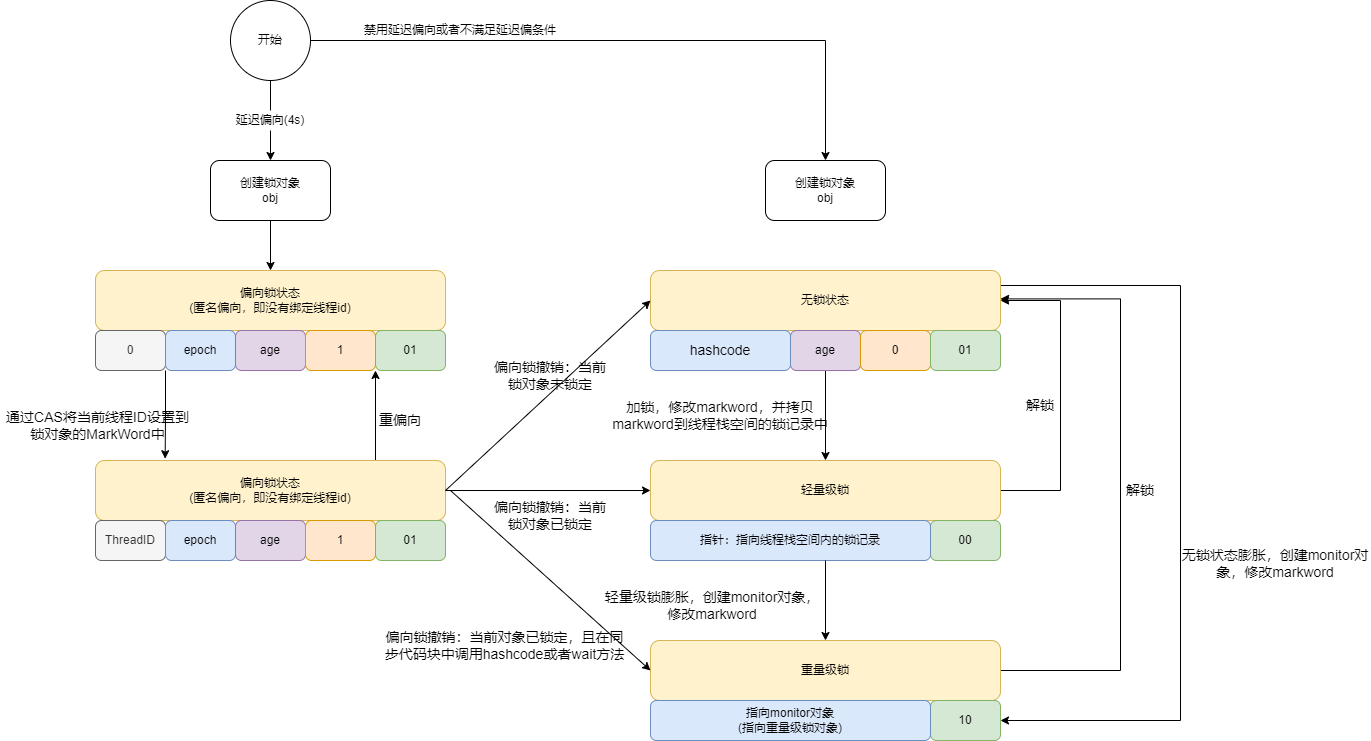
LePeitiPrince/note-picture keeps this draw.io diagram as 多线程与高并发/synchronized.png. Above is the earlier version. Source tidied: cells renumbered, new cells last; positions are measured from the earlier drawing's top-left corner, leaving out a move shared by most shapes.
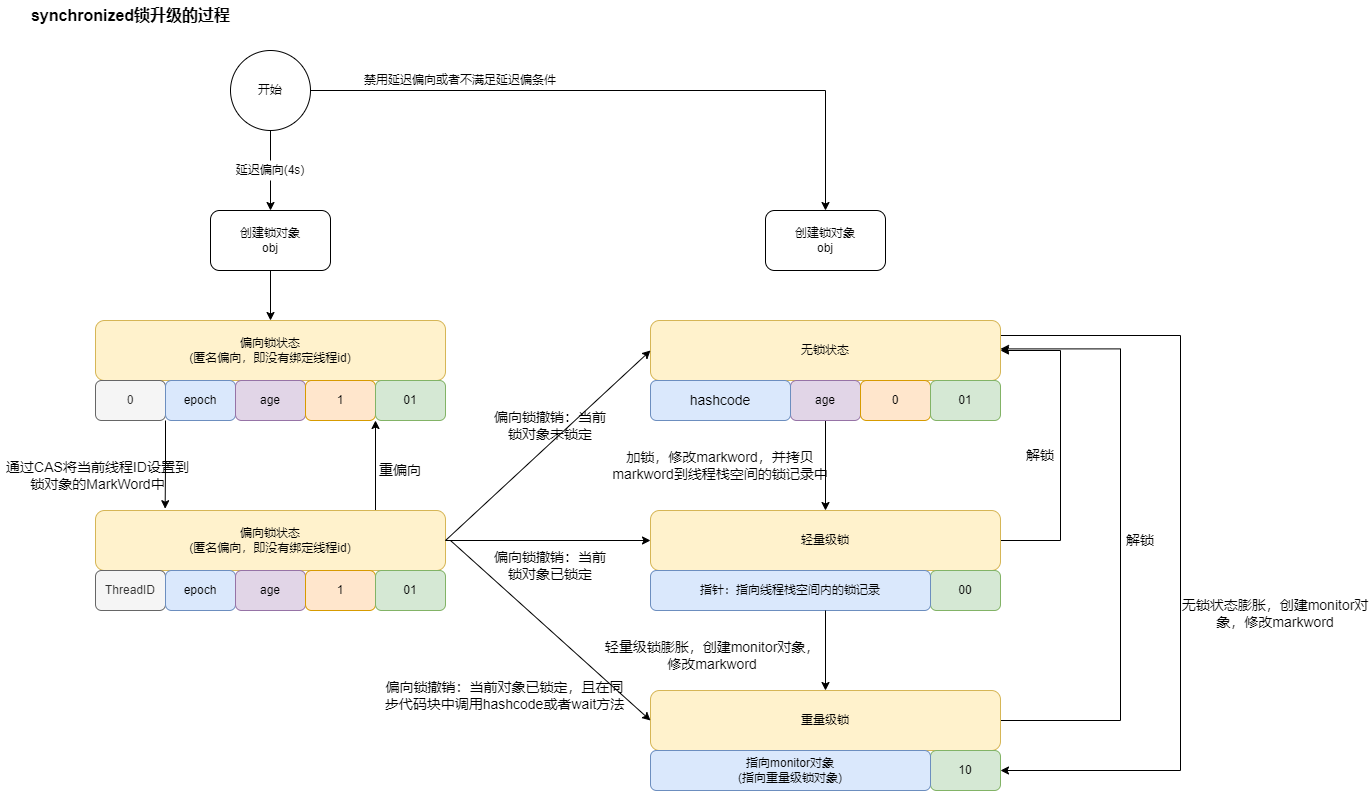
Above is the later version.

Change to the diagram source:
```diff
@@ -180,5 +180,8 @@
     <mxCell id="53" value="偏向锁撤销：当前对象已锁定，且在同步代码块中调用hashcode或者wait方法" style="text;html=1;strokeColor=none;fillColor=none;align=center;verticalAlign=middle;whiteSpace=wrap;rounded=0;fontSize=14;" parent="1" vertex="1">
       <mxGeometry x="380" y="630" width="248.8" height="30" as="geometry" />
     </mxCell>
+    <mxCell id="54" value="&lt;font style=&quot;font-size: 16px&quot;&gt;&lt;b&gt;synchronized锁升级的过程&lt;/b&gt;&lt;/font&gt;" style="text;html=1;strokeColor=none;fillColor=none;align=center;verticalAlign=middle;whiteSpace=wrap;rounded=0;fontSize=14;" parent="1" vertex="1">
+      <mxGeometry x="22.5" y="-50" width="215" height="30" as="geometry" />
+    </mxCell>
   </root>
 </mxGraphModel>
```
